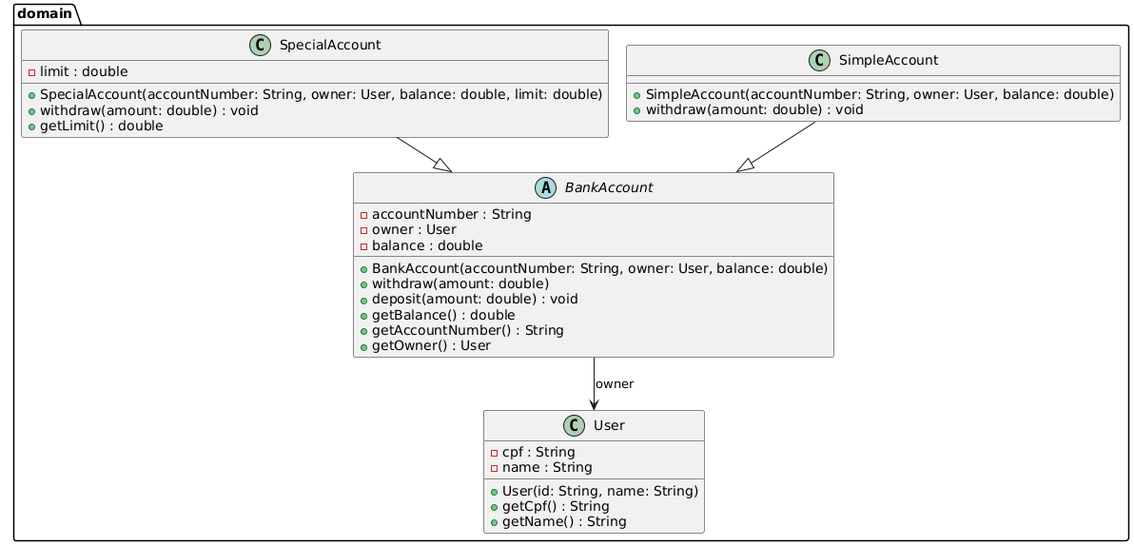
Earlier version of the PlantUML export DiagramaClasses/diagramaClassesDomain.png (marcelogolk/BankAccount). Source of this version:
```plantuml
@startuml
top to bottom direction
!pragma layout smetana

package domain {
    class User {
        -cpf : String
        -name : String
        +User(id: String, name: String)
        +getCpf() : String
        +getName() : String
    }

    abstract class BankAccount {
        -accountNumber : String
        -owner : User
        -balance : double
        +BankAccount(accountNumber: String, owner: User, balance: double)
        +withdraw(amount: double)
        +deposit(amount: double) : void
        +getBalance() : double
        +getAccountNumber() : String
        +getOwner() : User
    }

    class SimpleAccount {
        +SimpleAccount(accountNumber: String, owner: User, balance: double)
        +withdraw(amount: double) : void
    }

    class SpecialAccount {
        -limit : double
        +SpecialAccount(accountNumber: String, owner: User, balance: double, limit: double)
        +withdraw(amount: double) : void
        +getLimit() : double
    }

    BankAccount --> User : owner
    SimpleAccount --|> BankAccount
    SpecialAccount --|> BankAccount
}
@enduml
```
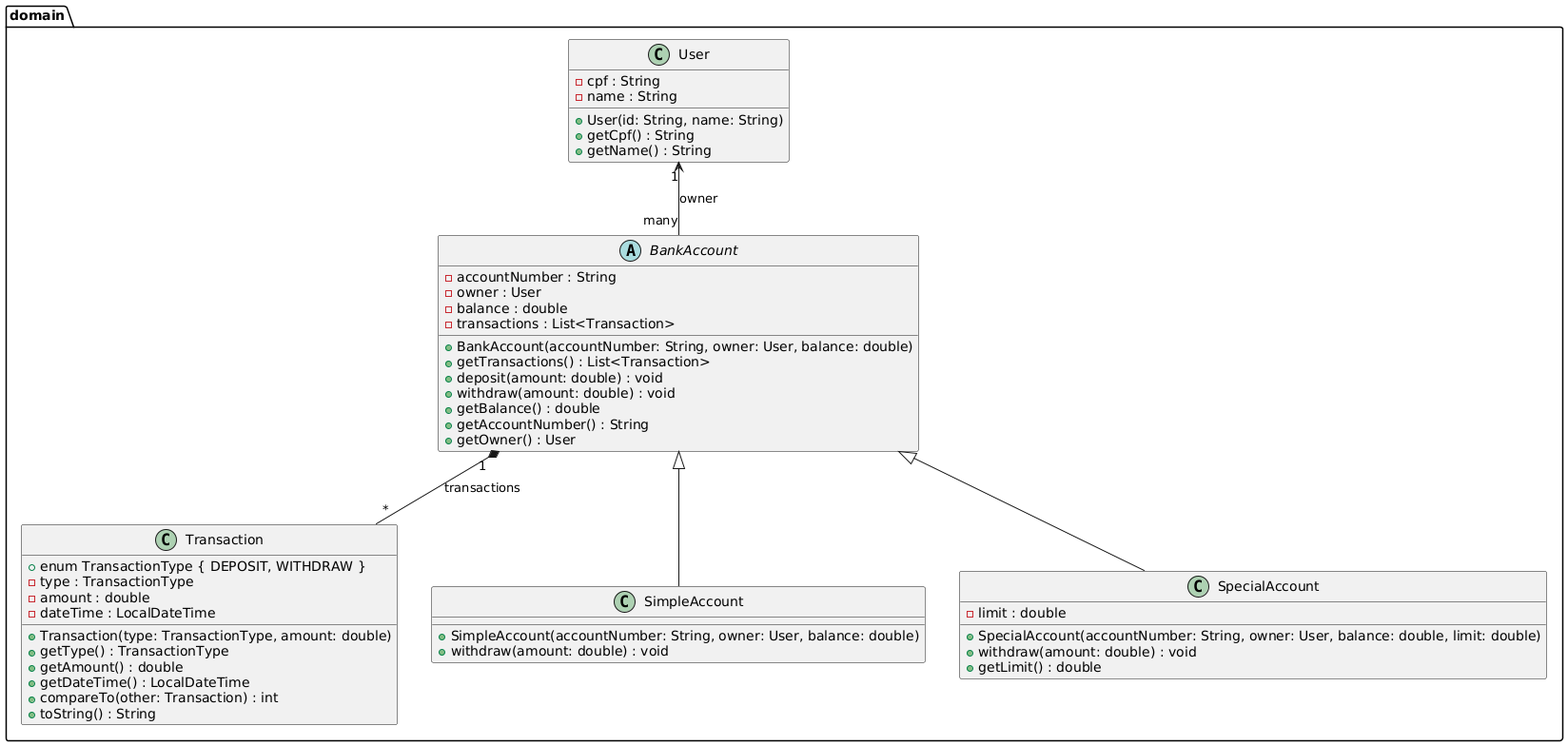
After the change.

Diff of the diagram source:
```diff
@@ -1,42 +1,57 @@
 @startuml
-top to bottom direction
-!pragma layout smetana
+package domain {
 
-package domain {
-    class User {
-        -cpf : String
-        -name : String
-        +User(id: String, name: String)
-        +getCpf() : String
-        +getName() : String
-    }
+  class User {
+    - cpf : String
+    - name : String
+    + User(id: String, name: String)
+    + getCpf() : String
+    + getName() : String
+  }
 
-    abstract class BankAccount {
-        -accountNumber : String
-        -owner : User
-        -balance : double
-        +BankAccount(accountNumber: String, owner: User, balance: double)
-        +withdraw(amount: double)
-        +deposit(amount: double) : void
-        +getBalance() : double
-        +getAccountNumber() : String
-        +getOwner() : User
-    }
+  class Transaction {
+    +enum TransactionType { DEPOSIT, WITHDRAW }
+    - type : TransactionType
+    - amount : double
+    - dateTime : LocalDateTime
+    + Transaction(type: TransactionType, amount: double)
+    + getType() : TransactionType
+    + getAmount() : double
+    + getDateTime() : LocalDateTime
+    + compareTo(other: Transaction) : int
+    + toString() : String
+  }
 
-    class SimpleAccount {
-        +SimpleAccount(accountNumber: String, owner: User, balance: double)
-        +withdraw(amount: double) : void
-    }
+  abstract class BankAccount {
+    - accountNumber : String
+    - owner : User
+    - balance : double
+    - transactions : List<Transaction>
+    + BankAccount(accountNumber: String, owner: User, balance: double)
+    + getTransactions() : List<Transaction>
+    + deposit(amount: double) : void
+    + withdraw(amount: double) : void
+    + getBalance() : double
+    + getAccountNumber() : String
+    + getOwner() : User
+  }
 
-    class SpecialAccount {
-        -limit : double
-        +SpecialAccount(accountNumber: String, owner: User, balance: double, limit: double)
-        +withdraw(amount: double) : void
-        +getLimit() : double
-    }
+  class SimpleAccount {
+    + SimpleAccount(accountNumber: String, owner: User, balance: double)
+    + withdraw(amount: double) : void
+  }
 
-    BankAccount --> User : owner
-    SimpleAccount --|> BankAccount
-    SpecialAccount --|> BankAccount
+  class SpecialAccount {
+    - limit : double
+    + SpecialAccount(accountNumber: String, owner: User, balance: double, limit: double)
+    + withdraw(amount: double) : void
+    + getLimit() : double
+  }
+
+  User "1" <-- "many" BankAccount : owner
+  BankAccount <|-- SimpleAccount
+  BankAccount <|-- SpecialAccount
+  BankAccount "1" *-- "*" Transaction : transactions
+
 }
 @enduml
```
